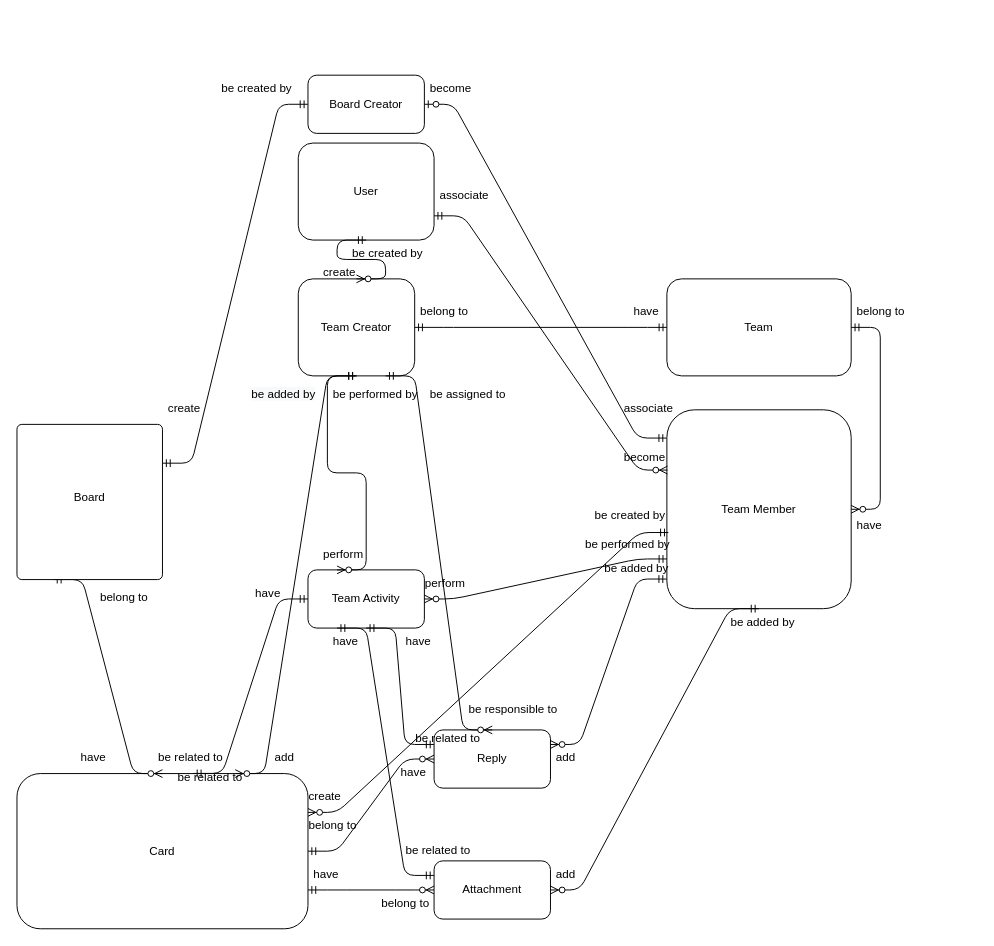
Before: plan/Conceptual Diagram.drawio in donghyeon0725/slack_practice, a draw.io diagram. Source tidied: cells renumbered, new cells numbered last; positions are measured from the earlier drawing's top-left corner, leaving out a move shared by most shapes. Both pictures are drawn from the tidied source at 97%, with x=0, y=0 at pixel (16, 75).
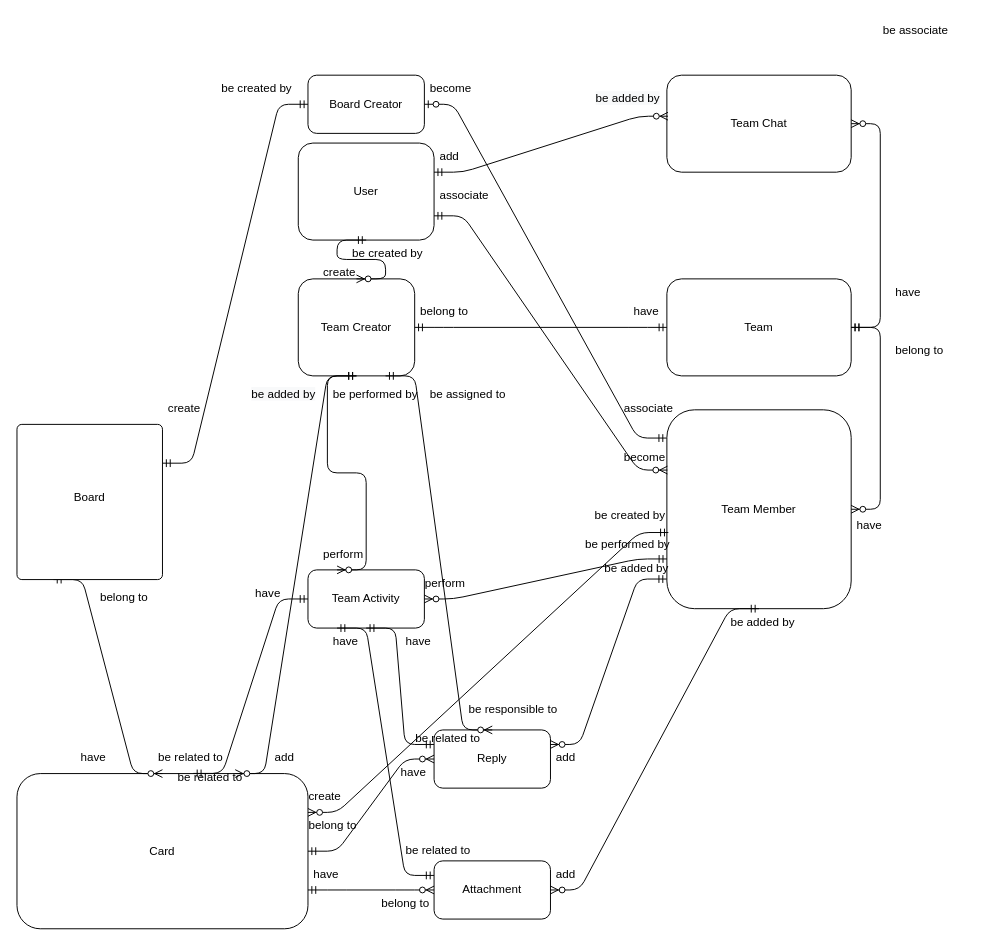
After the change.

The change refers to these unchanged cells:
```xml
<mxCell id="2" value="Team" style="rounded=1;whiteSpace=wrap;html=1;" parent="1" vertex="1">
  <mxGeometry x="670" y="210" width="190" height="100" as="geometry" />
</mxCell>
```

Change to the diagram source:
```diff
@@
     <mxCell id="37" value="belong to" style="text;strokeColor=none;fillColor=none;spacingLeft=4;spacingRight=4;overflow=hidden;fontSize=12;" parent="1" vertex="1">
-      <mxGeometry x="860" y="230" width="90" height="30" as="geometry" />
+      <mxGeometry x="900" y="270" width="90" height="30" as="geometry" />
     </mxCell>
@@
+    <mxCell id="71" value="Team Chat" style="rounded=1;whiteSpace=wrap;html=1;" parent="1" vertex="1">
+      <mxGeometry x="670" width="190" height="100" as="geometry" />
+    </mxCell>
+    <mxCell id="72" style="edgeStyle=entityRelationEdgeStyle;fontSize=12;html=1;endArrow=ERzeroToMany;startArrow=ERmandOne;entryX=0.006;entryY=0.423;entryDx=0;entryDy=0;entryPerimeter=0;" parent="1" edge="1" target="71">
+      <mxGeometry relative="1" as="geometry">
+        <mxPoint x="430" y="100" as="sourcePoint" />
+      </mxGeometry>
+    </mxCell>
+    <mxCell id="73" style="edgeStyle=entityRelationEdgeStyle;fontSize=12;html=1;endArrow=ERzeroToMany;startArrow=ERmandOne;" parent="1" edge="1" source="2" target="71">
+      <mxGeometry relative="1" as="geometry" />
+    </mxCell>
+    <mxCell id="74" value="be associate" style="text;strokeColor=none;fillColor=none;spacingLeft=4;spacingRight=4;overflow=hidden;fontSize=12;" parent="1" vertex="1">
+      <mxGeometry x="887" y="-60" width="90" height="30" as="geometry" />
+    </mxCell>
+    <mxCell id="75" value="have" style="text;strokeColor=none;fillColor=none;spacingLeft=4;spacingRight=4;overflow=hidden;fontSize=12;" parent="1" vertex="1">
+      <mxGeometry x="900" y="210" width="90" height="30" as="geometry" />
+    </mxCell>
+    <mxCell id="76" value="&lt;span style=&quot;color: rgb(0 , 0 , 0) ; font-family: &amp;#34;helvetica&amp;#34; ; font-size: 12px ; font-style: normal ; font-weight: 400 ; letter-spacing: normal ; text-align: left ; text-indent: 0px ; text-transform: none ; word-spacing: 0px ; background-color: rgb(248 , 249 , 250) ; display: inline ; float: none&quot;&gt;be added by&lt;/span&gt;" style="text;whiteSpace=wrap;html=1;" parent="1" vertex="1">
+      <mxGeometry x="595" y="10" width="110" height="30" as="geometry" />
+    </mxCell>
+    <mxCell id="77" value="add" style="text;strokeColor=none;fillColor=none;spacingLeft=4;spacingRight=4;overflow=hidden;fontSize=12;" parent="1" vertex="1">
+      <mxGeometry x="430" y="70" width="100" height="30" as="geometry" />
+    </mxCell>
```
